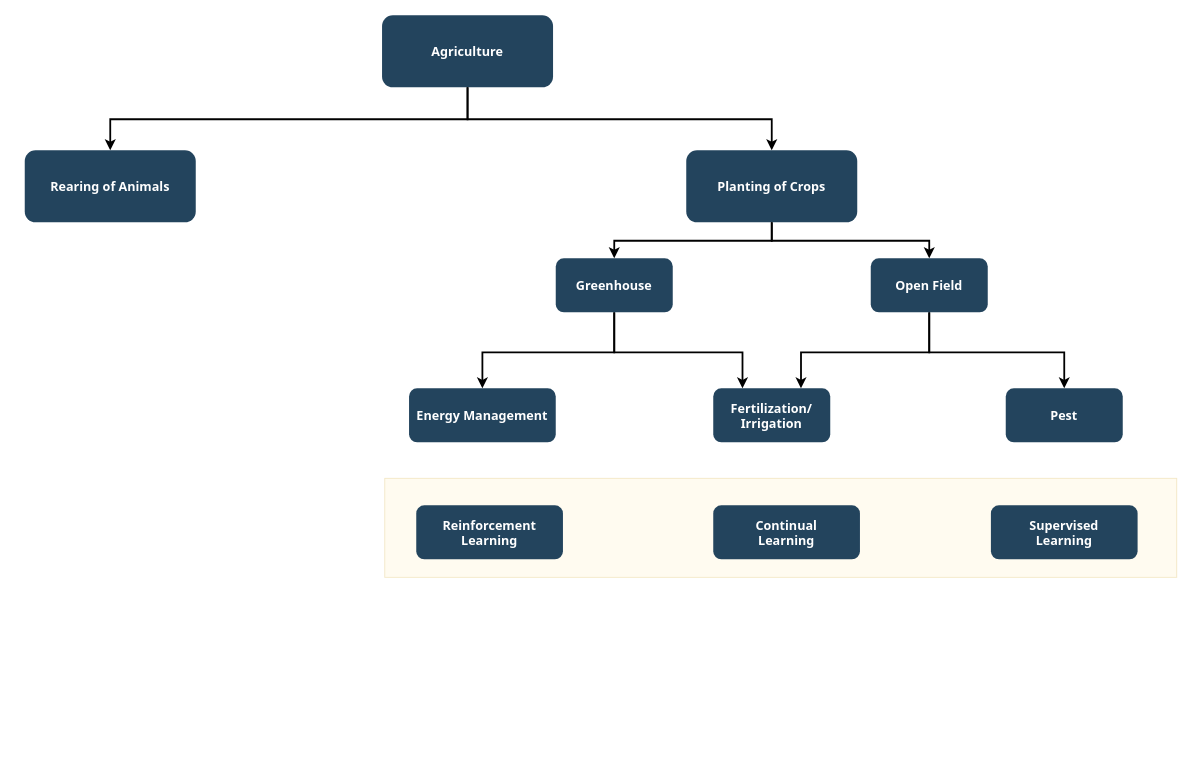
Above: Untitled Diagram.drawio in obasekore/drawings (draw.io), before the change. Source tidied: cells renumbered, new cells numbered last; positions are measured from the earlier drawing's top-left corner, leaving out a move shared by most shapes. Both pictures are drawn from the tidied source at 90%, with x=0, y=0 at pixel (24, 15).
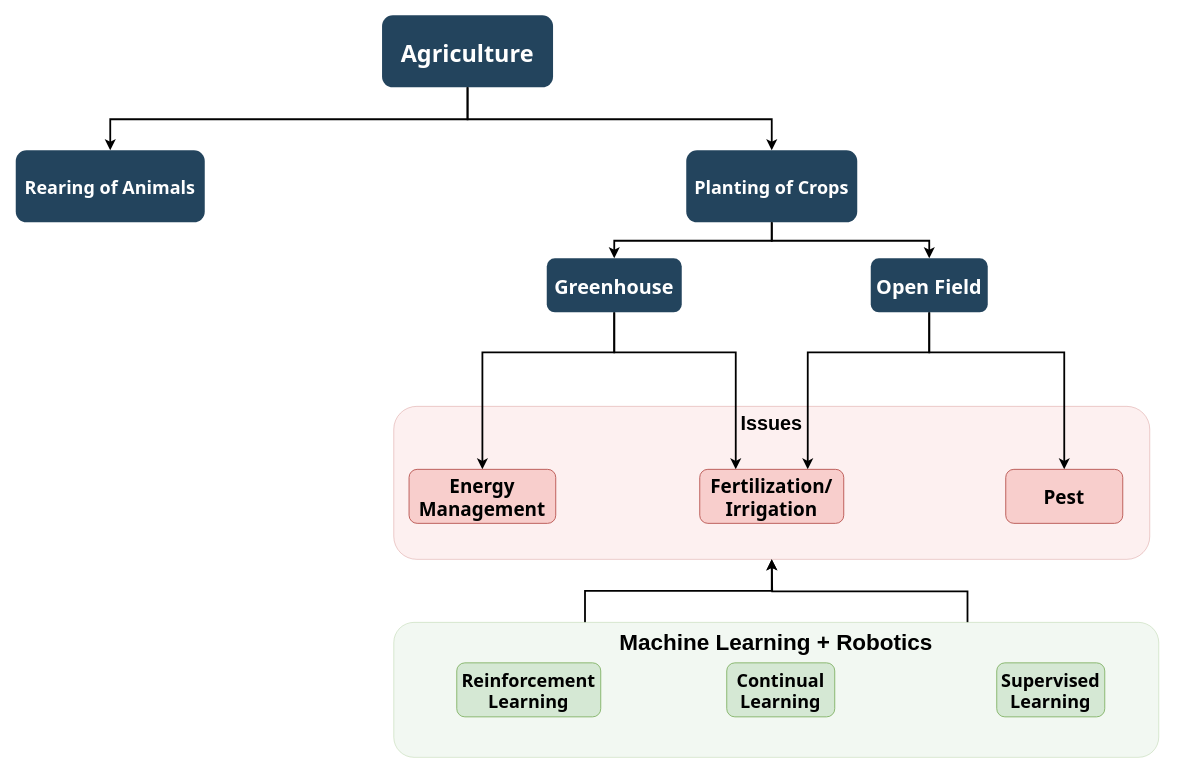
The same diagram, later.

The edit, as a diff of the source:
```diff
@@
+    <mxCell id="22" value="&lt;div style=&quot;&quot;&gt;&lt;b style=&quot;background-color: initial;&quot;&gt;&lt;font style=&quot;font-size: 22px;&quot;&gt;Issues&lt;/font&gt;&lt;/b&gt;&lt;/div&gt;" style="rounded=1;whiteSpace=wrap;html=1;fillColor=#f8cecc;strokeColor=#b85450;opacity=30;align=center;labelPosition=center;verticalLabelPosition=middle;verticalAlign=top;fontSize=17;" parent="1" vertex="1">
+      <mxGeometry x="410" y="434" width="840" height="170" as="geometry" />
+    </mxCell>
+    <mxCell id="23" style="edgeStyle=orthogonalEdgeStyle;rounded=0;jettySize=auto;html=1;exitX=0.25;exitY=0;exitDx=0;exitDy=0;entryX=0.5;entryY=1;entryDx=0;entryDy=0;strokeWidth=2;" parent="1" edge="1" source="2" target="22">
+      <mxGeometry relative="1" as="geometry" />
+    </mxCell>
+    <mxCell id="24" style="edgeStyle=orthogonalEdgeStyle;rounded=0;jettySize=auto;html=1;exitX=0.75;exitY=0;exitDx=0;exitDy=0;shadow=0;strokeWidth=2;" parent="1" edge="1" source="2">
+      <mxGeometry relative="1" as="geometry">
+        <mxPoint x="830" y="604" as="targetPoint" />
+      </mxGeometry>
+    </mxCell>
-    <mxCell id="2" style="rounded=0;whiteSpace=wrap;html=1;fillColor=#fff2cc;strokeColor=#d6b656;opacity=30;" parent="1" vertex="1">
-      <mxGeometry x="400" y="514" width="880" height="110" as="geometry" />
+    <mxCell id="2" value="&lt;b&gt;&lt;font style=&quot;font-size: 25px;&quot;&gt;Machine Learning + Robotics&lt;/font&gt;&lt;/b&gt;" style="rounded=1;whiteSpace=wrap;html=1;fillColor=#d5e8d4;strokeColor=#82b366;opacity=30;verticalAlign=top;gradientColor=none;gradientDirection=west;glass=0;shadow=0;" parent="1" vertex="1">
+      <mxGeometry x="410" y="674" width="850" height="150" as="geometry" />
     </mxCell>
-    <mxCell id="3" value="Agriculture" style="rounded=1;fillColor=#23445D;gradientColor=none;strokeColor=none;fontColor=#FFFFFF;fontStyle=1;fontFamily=Tahoma;fontSize=14;" parent="1" vertex="1">
+    <mxCell id="3" value="Agriculture" style="rounded=1;fillColor=#23445D;gradientColor=none;strokeColor=none;fontColor=#FFFFFF;fontStyle=1;fontFamily=Tahoma;fontSize=26;" parent="1" vertex="1">
       <mxGeometry x="397" y="-0.5" width="190" height="80" as="geometry" />
     </mxCell>
-    <mxCell id="4" value="Planting of Crops" style="rounded=1;fillColor=#23445D;gradientColor=none;strokeColor=none;fontColor=#FFFFFF;fontStyle=1;fontFamily=Tahoma;fontSize=14;" parent="1" vertex="1">
+    <mxCell id="4" value="Planting of Crops" style="rounded=1;fillColor=#23445D;gradientColor=none;strokeColor=none;fontColor=#FFFFFF;fontStyle=1;fontFamily=Tahoma;fontSize=20;" parent="1" vertex="1">
       <mxGeometry x="735" y="149.5" width="190" height="80" as="geometry" />
     </mxCell>
@@
-    <mxCell id="6" value="Rearing of Animals" style="rounded=1;fillColor=#23445D;gradientColor=none;strokeColor=none;fontColor=#FFFFFF;fontStyle=1;fontFamily=Tahoma;fontSize=14;" parent="1" vertex="1">
-      <mxGeometry y="149.5" width="190" height="80" as="geometry" />
+    <mxCell id="6" value="Rearing of Animals" style="rounded=1;fillColor=#23445D;gradientColor=none;strokeColor=none;fontColor=#FFFFFF;fontStyle=1;fontFamily=Tahoma;fontSize=20;" parent="1" vertex="1">
+      <mxGeometry x="-10" y="149.5" width="210" height="80" as="geometry" />
     </mxCell>
     <mxCell id="7" style="edgeStyle=orthogonalEdgeStyle;rounded=0;jettySize=auto;html=1;exitX=0.5;exitY=1;exitDx=0;exitDy=0;entryX=0.25;entryY=0;entryDx=0;entryDy=0;strokeWidth=2;flowAnimation=1;" parent="1" edge="1" source="9" target="13">
       <mxGeometry relative="1" as="geometry">
         <Array as="points">
           <mxPoint x="655" y="374" />
-          <mxPoint x="798" y="374" />
+          <mxPoint x="790" y="374" />
         </Array>
       </mxGeometry>
     </mxCell>
@@
-    <mxCell id="9" value="Greenhouse" style="rounded=1;fillColor=#23445D;gradientColor=none;strokeColor=none;fontColor=#FFFFFF;fontStyle=1;fontFamily=Tahoma;fontSize=14;" parent="1" vertex="1">
-      <mxGeometry x="590" y="269.5" width="130" height="60" as="geometry" />
+    <mxCell id="9" value="Greenhouse" style="rounded=1;fillColor=#23445D;gradientColor=none;strokeColor=none;fontColor=#FFFFFF;fontStyle=1;fontFamily=Tahoma;fontSize=22;" parent="1" vertex="1">
+      <mxGeometry x="580" y="269.5" width="150" height="60" as="geometry" />
     </mxCell>
     <mxCell id="10" style="edgeStyle=orthogonalEdgeStyle;rounded=0;jettySize=auto;html=1;exitX=0.5;exitY=1;exitDx=0;exitDy=0;entryX=0.75;entryY=0;entryDx=0;entryDy=0;strokeWidth=2;flowAnimation=1;" parent="1" edge="1" source="12" target="13">
       <mxGeometry relative="1" as="geometry">
         <Array as="points">
           <mxPoint x="1005" y="374" />
-          <mxPoint x="863" y="374" />
+          <mxPoint x="870" y="374" />
         </Array>
       </mxGeometry>
     </mxCell>
@@
-    <mxCell id="12" value="Open Field" style="rounded=1;fillColor=#23445D;gradientColor=none;strokeColor=none;fontColor=#FFFFFF;fontStyle=1;fontFamily=Tahoma;fontSize=14;" parent="1" vertex="1">
+    <mxCell id="12" value="Open Field" style="rounded=1;fillColor=#23445D;gradientColor=none;strokeColor=none;fontColor=#FFFFFF;fontStyle=1;fontFamily=Tahoma;fontSize=22;" parent="1" vertex="1">
       <mxGeometry x="940" y="269.5" width="130" height="60" as="geometry" />
     </mxCell>
-    <mxCell id="13" value="Fertilization/&#10;Irrigation" style="rounded=1;fillColor=#23445D;gradientColor=none;strokeColor=none;fontColor=#FFFFFF;fontStyle=1;fontFamily=Tahoma;fontSize=14;" parent="1" vertex="1">
-      <mxGeometry x="765" y="414" width="130" height="60" as="geometry" />
+    <mxCell id="13" value="Fertilization/&#10;Irrigation" style="rounded=1;fillColor=#f8cecc;strokeColor=#b85450;fontStyle=1;fontFamily=Tahoma;fontSize=21;" parent="1" vertex="1">
+      <mxGeometry x="750" y="504" width="160" height="60" as="geometry" />
     </mxCell>
@@
-    <mxCell id="17" value="Pest" style="rounded=1;fillColor=#23445D;gradientColor=none;strokeColor=none;fontColor=#FFFFFF;fontStyle=1;fontFamily=Tahoma;fontSize=14;" parent="1" vertex="1">
-      <mxGeometry x="1090" y="414" width="130" height="60" as="geometry" />
+    <mxCell id="17" value="Pest" style="rounded=1;fillColor=#f8cecc;strokeColor=#b85450;fontStyle=1;fontFamily=Tahoma;fontSize=21;" parent="1" vertex="1">
+      <mxGeometry x="1090" y="504" width="130" height="60" as="geometry" />
     </mxCell>
-    <mxCell id="18" value="Energy Management" style="rounded=1;fillColor=#23445D;gradientColor=none;strokeColor=none;fontColor=#FFFFFF;fontStyle=1;fontFamily=Tahoma;fontSize=14;" parent="1" vertex="1">
-      <mxGeometry x="427" y="414" width="163" height="60" as="geometry" />
+    <mxCell id="18" value="Energy &#10;Management" style="rounded=1;fillColor=#f8cecc;strokeColor=#b85450;fontStyle=1;fontFamily=Tahoma;fontSize=21;" parent="1" vertex="1">
+      <mxGeometry x="427" y="504" width="163" height="60" as="geometry" />
     </mxCell>
-    <mxCell id="19" value="Reinforcement&#10;Learning" style="rounded=1;fillColor=#23445D;gradientColor=none;strokeColor=none;fontColor=#FFFFFF;fontStyle=1;fontFamily=Tahoma;fontSize=14;" parent="1" vertex="1">
-      <mxGeometry x="435" y="544" width="163" height="60" as="geometry" />
+    <mxCell id="19" value="Reinforcement&#10;Learning" style="rounded=1;fillColor=#d5e8d4;strokeColor=#82b366;fontStyle=1;fontFamily=Tahoma;fontSize=20;" parent="1" vertex="1">
+      <mxGeometry x="480" y="719" width="160" height="60" as="geometry" />
     </mxCell>
-    <mxCell id="20" value="Continual&#10;Learning" style="rounded=1;fillColor=#23445D;gradientColor=none;strokeColor=none;fontColor=#FFFFFF;fontStyle=1;fontFamily=Tahoma;fontSize=14;" parent="1" vertex="1">
-      <mxGeometry x="765" y="544" width="163" height="60" as="geometry" />
+    <mxCell id="20" value="Continual&#10;Learning" style="rounded=1;fillColor=#d5e8d4;strokeColor=#82b366;fontStyle=1;fontFamily=Tahoma;fontSize=20;" parent="1" vertex="1">
+      <mxGeometry x="780" y="719" width="120" height="60" as="geometry" />
     </mxCell>
-    <mxCell id="21" value="Supervised&#10;Learning" style="rounded=1;fillColor=#23445D;gradientColor=none;strokeColor=none;fontColor=#FFFFFF;fontStyle=1;fontFamily=Tahoma;fontSize=14;" parent="1" vertex="1">
-      <mxGeometry x="1073.5" y="544" width="163" height="60" as="geometry" />
+    <mxCell id="21" value="Supervised&#10;Learning" style="rounded=1;fillColor=#d5e8d4;strokeColor=#82b366;fontStyle=1;fontFamily=Tahoma;fontSize=20;" parent="1" vertex="1">
+      <mxGeometry x="1080" y="719" width="120" height="60" as="geometry" />
     </mxCell>
```
